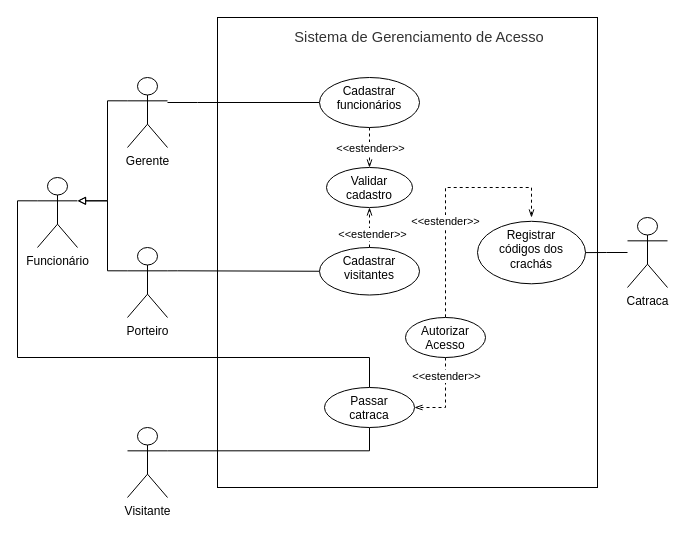
This is provas/a1/modelagem/Modelagem/Casos de Uso.drawio from Arth-Monteiro/usjt, a draw.io file, before an edit. Source tidied: cells renumbered, new cells numbered last; positions are measured from the earlier drawing's top-left corner, leaving out a move shared by most shapes. Both pictures are drawn from the tidied source at 100%, with x=0, y=0 at pixel (17, 17).
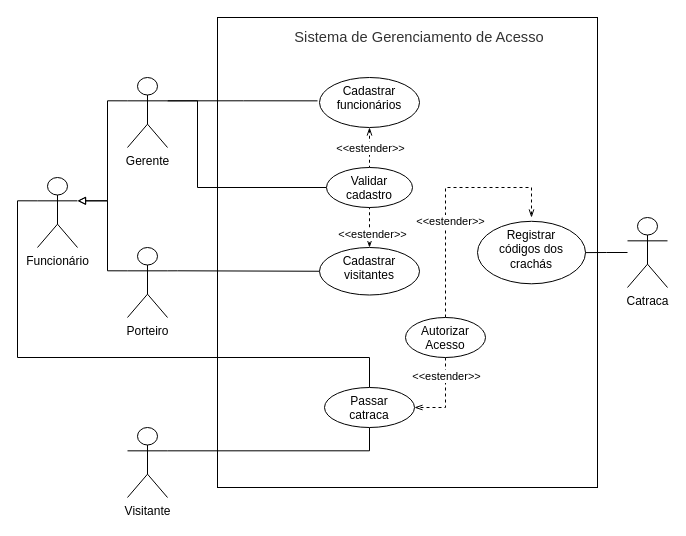
The same page after the edit.

The change refers to these unchanged cells:
```xml
<mxCell id="5" value="Gerente" style="shape=umlActor;verticalLabelPosition=bottom;verticalAlign=top;html=1;outlineConnect=0;" parent="1" vertex="1">
  <mxGeometry x="110" y="60" width="40" height="70" as="geometry" />
</mxCell>
<mxCell id="10" value="Cadastrar&lt;br&gt;funcionários" style="ellipse;whiteSpace=wrap;html=1;verticalAlign=top;" parent="1" vertex="1">
  <mxGeometry x="302" y="60" width="100" height="50" as="geometry" />
</mxCell>
<mxCell id="11" value="Validar cadastro" style="ellipse;whiteSpace=wrap;html=1;verticalAlign=top;" parent="1" vertex="1">
  <mxGeometry x="309" y="150" width="86" height="40" as="geometry" />
</mxCell>
<mxCell id="13" value="Cadastrar&lt;br&gt;visitantes" style="ellipse;whiteSpace=wrap;html=1;verticalAlign=top;" parent="1" vertex="1">
  <mxGeometry x="302" y="230" width="100" height="47.5" as="geometry" />
</mxCell>
<mxCell id="20" value="Autorizar Acesso" style="ellipse;whiteSpace=wrap;html=1;verticalAlign=top;" parent="1" vertex="1">
  <mxGeometry x="388" y="300" width="80" height="40" as="geometry" />
</mxCell>
<mxCell id="25" value="Passar&lt;br&gt;catraca" style="ellipse;whiteSpace=wrap;html=1;verticalAlign=top;" parent="1" vertex="1">
  <mxGeometry x="307" y="370" width="90" height="40" as="geometry" />
</mxCell>
```

Diff of the diagram source:
```diff
@@
-    <mxCell id="3" style="edgeStyle=orthogonalEdgeStyle;rounded=0;jettySize=auto;html=1;entryX=0;entryY=0.5;entryDx=0;entryDy=0;endArrow=none;endFill=0;" parent="1" edge="1" target="10">
-      <mxGeometry relative="1" as="geometry">
-        <mxPoint x="150" y="85" as="sourcePoint" />
-        <Array as="points">
-          <mxPoint x="180" y="85" />
-          <mxPoint x="180" y="85" />
-        </Array>
-      </mxGeometry>
-    </mxCell>
@@
+    <mxCell id="31" style="edgeStyle=orthogonalEdgeStyle;rounded=0;jettySize=auto;html=1;exitX=1;exitY=0.3333333333333333;exitDx=0;exitDy=0;exitPerimeter=0;entryX=0;entryY=0.5;entryDx=0;entryDy=0;endArrow=none;endFill=0;" parent="1" edge="1" source="5" target="11">
+      <mxGeometry relative="1" as="geometry">
+        <Array as="points">
+          <mxPoint x="180" y="83" />
+          <mxPoint x="180" y="170" />
+        </Array>
+      </mxGeometry>
+    </mxCell>
+    <mxCell id="32" style="edgeStyle=orthogonalEdgeStyle;rounded=0;jettySize=auto;html=1;exitX=1;exitY=0.3333333333333333;exitDx=0;exitDy=0;exitPerimeter=0;entryX=-0.02;entryY=0.467;entryDx=0;entryDy=0;entryPerimeter=0;endArrow=none;endFill=0;" parent="1" edge="1" source="5" target="10">
+      <mxGeometry relative="1" as="geometry" />
+    </mxCell>
@@
-    <mxCell id="9" style="edgeStyle=orthogonalEdgeStyle;rounded=0;jettySize=auto;html=1;exitX=0.5;exitY=1;exitDx=0;exitDy=0;entryX=0.5;entryY=0;entryDx=0;entryDy=0;dashed=1;endArrow=openThin;endFill=0;" parent="1" edge="1" source="10" target="11">
+    <mxCell id="9" style="edgeStyle=orthogonalEdgeStyle;rounded=0;jettySize=auto;html=1;exitX=0.5;exitY=1;exitDx=0;exitDy=0;entryX=0.5;entryY=0;entryDx=0;entryDy=0;dashed=1;endArrow=none;endFill=0;startArrow=openThin;startFill=0;" parent="1" edge="1" source="10" target="11">
       <mxGeometry relative="1" as="geometry">
         <Array as="points">
           <mxPoint x="352" y="130" />
           <mxPoint x="352" y="130" />
         </Array>
       </mxGeometry>
     </mxCell>
@@
-    <mxCell id="12" style="edgeStyle=orthogonalEdgeStyle;rounded=0;jettySize=auto;html=1;exitX=0.5;exitY=0;exitDx=0;exitDy=0;dashed=1;endArrow=openThin;endFill=0;" parent="1" edge="1" source="13" target="11">
+    <mxCell id="12" style="edgeStyle=orthogonalEdgeStyle;rounded=0;jettySize=auto;html=1;exitX=0.5;exitY=0;exitDx=0;exitDy=0;dashed=1;endArrow=none;endFill=0;startArrow=openThin;startFill=0;" parent="1" edge="1" source="13" target="11">
       <mxGeometry relative="1" as="geometry" />
     </mxCell>
@@
-    <mxCell id="16" style="edgeStyle=orthogonalEdgeStyle;rounded=0;jettySize=auto;html=1;exitX=0.5;exitY=1;exitDx=0;exitDy=0;entryX=1;entryY=0.5;entryDx=0;entryDy=0;dashed=1;endArrow=openThin;endFill=0;" parent="1" edge="1" source="20" target="25">
+    <mxCell id="16" style="edgeStyle=orthogonalEdgeStyle;rounded=0;jettySize=auto;html=1;exitX=0.5;exitY=1;exitDx=0;exitDy=0;entryX=1;entryY=0.5;entryDx=0;entryDy=0;dashed=1;endArrow=openThin;endFill=0;startArrow=none;startFill=0;" parent="1" edge="1" source="20" target="25">
       <mxGeometry relative="1" as="geometry">
         <Array as="points">
           <mxPoint x="428" y="390" />
         </Array>
       </mxGeometry>
     </mxCell>
@@
-    <mxCell id="18" style="edgeStyle=orthogonalEdgeStyle;rounded=0;orthogonalLoop=1;jettySize=auto;html=1;exitX=0.5;exitY=0;exitDx=0;exitDy=0;dashed=1;endArrow=openThin;endFill=0;" parent="1" edge="1">
+    <mxCell id="18" style="edgeStyle=orthogonalEdgeStyle;rounded=0;jettySize=auto;html=1;exitX=0.5;exitY=0;exitDx=0;exitDy=0;dashed=1;endArrow=openThin;endFill=0;startArrow=none;startFill=0;" parent="1" edge="1" source="20">
       <mxGeometry relative="1" as="geometry">
-        <mxPoint x="428" y="311.8" as="sourcePoint" />
         <mxPoint x="514" y="200" as="targetPoint" />
         <Array as="points">
           <mxPoint x="428" y="170" />
           <mxPoint x="514" y="170" />
         </Array>
       </mxGeometry>
     </mxCell>
```
